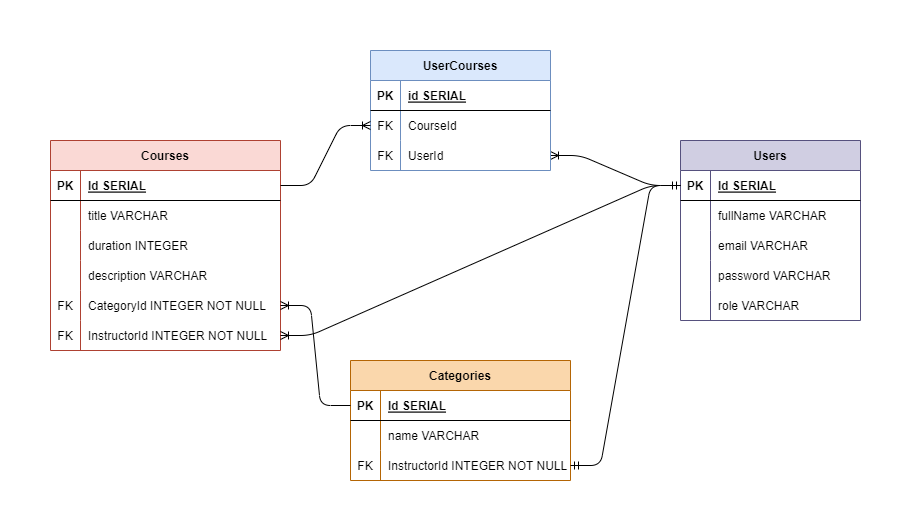
Before: erd.png, a diagram exported from draw.io (fadhildaffa/zenqu-tech). Source tidied: cells renumbered, new cells last; positions are measured from the earlier drawing's top-left corner, leaving out a move shared by most shapes. The source it was exported from:
```xml
<mxGraphModel background="#ffffff">
  <root>
    <mxCell id="0" />
    <mxCell id="1" parent="0" />
    <mxCell id="2" value="Courses" style="shape=table;startSize=30;rowLines=0;fontStyle=1;align=center;fillColor=#fad9d5;strokeColor=#ae4132;" parent="1" vertex="1">
      <mxGeometry y="90" width="230" height="210" as="geometry" />
    </mxCell>
    <mxCell id="3" style="shape=tableRow;horizontal=0;startSize=0;swimlaneHead=0;swimlaneBody=0;fillColor=none;points=[[0,0.5],[1,0.5]];portConstraint=eastwest;top=0;left=0;right=0;bottom=1;" parent="2" vertex="1">
      <mxGeometry y="30" width="230" height="30" as="geometry" />
    </mxCell>
    <mxCell id="4" value="PK" style="shape=partialRectangle;fillColor=none;top=0;left=0;bottom=0;right=0;fontStyle=1;overflow=hidden;" parent="3" vertex="1">
      <mxGeometry width="30" height="30" as="geometry" />
    </mxCell>
    <mxCell id="5" value="Id SERIAL" style="shape=partialRectangle;fillColor=none;top=0;left=0;bottom=0;right=0;align=left;spacingLeft=6;fontStyle=5;overflow=hidden;" parent="3" vertex="1">
      <mxGeometry x="30" width="200" height="30" as="geometry" />
    </mxCell>
    <mxCell id="6" style="shape=tableRow;horizontal=0;startSize=0;swimlaneHead=0;swimlaneBody=0;fillColor=none;top=0;left=0;right=0;bottom=0;" parent="2" vertex="1">
      <mxGeometry y="60" width="230" height="30" as="geometry" />
    </mxCell>
    <mxCell id="7" style="shape=partialRectangle;fillColor=none;top=0;left=0;bottom=0;right=0;overflow=hidden;" parent="6" vertex="1">
      <mxGeometry width="30" height="30" as="geometry" />
    </mxCell>
    <mxCell id="8" value="title VARCHAR" style="shape=partialRectangle;fillColor=none;top=0;left=0;bottom=0;right=0;align=left;spacingLeft=6;overflow=hidden;" parent="6" vertex="1">
      <mxGeometry x="30" width="200" height="30" as="geometry" />
    </mxCell>
    <mxCell id="9" style="shape=tableRow;horizontal=0;startSize=0;swimlaneHead=0;swimlaneBody=0;fillColor=none;top=0;left=0;right=0;bottom=0;" parent="2" vertex="1">
      <mxGeometry y="90" width="230" height="30" as="geometry" />
    </mxCell>
    <mxCell id="10" style="shape=partialRectangle;fillColor=none;top=0;left=0;bottom=0;right=0;overflow=hidden;" parent="9" vertex="1">
      <mxGeometry width="30" height="30" as="geometry" />
    </mxCell>
    <mxCell id="11" value="duration INTEGER" style="shape=partialRectangle;fillColor=none;top=0;left=0;bottom=0;right=0;align=left;spacingLeft=6;overflow=hidden;" parent="9" vertex="1">
      <mxGeometry x="30" width="200" height="30" as="geometry" />
    </mxCell>
    <mxCell id="12" style="shape=tableRow;horizontal=0;startSize=0;swimlaneHead=0;swimlaneBody=0;fillColor=none;top=0;left=0;right=0;bottom=0;" parent="2" vertex="1">
      <mxGeometry y="120" width="230" height="30" as="geometry" />
    </mxCell>
    <mxCell id="13" style="shape=partialRectangle;fillColor=none;top=0;left=0;bottom=0;right=0;overflow=hidden;" parent="12" vertex="1">
      <mxGeometry width="30" height="30" as="geometry" />
    </mxCell>
    <mxCell id="14" value="description VARCHAR" style="shape=partialRectangle;fillColor=none;top=0;left=0;bottom=0;right=0;align=left;spacingLeft=6;overflow=hidden;" parent="12" vertex="1">
      <mxGeometry x="30" width="200" height="30" as="geometry" />
    </mxCell>
    <mxCell id="15" style="shape=tableRow;horizontal=0;startSize=0;swimlaneHead=0;swimlaneBody=0;fillColor=none;points=[[0,0.5],[1,0.5]];portConstraint=eastwest;top=0;left=0;right=0;bottom=0;" parent="2" vertex="1">
      <mxGeometry y="150" width="230" height="30" as="geometry" />
    </mxCell>
    <mxCell id="16" value="FK" style="shape=partialRectangle;fillColor=none;top=0;left=0;bottom=0;right=0;overflow=hidden;" parent="15" vertex="1">
      <mxGeometry width="30" height="30" as="geometry" />
    </mxCell>
    <mxCell id="17" value="CategoryId INTEGER NOT NULL" style="shape=partialRectangle;fillColor=none;top=0;left=0;bottom=0;right=0;align=left;spacingLeft=6;overflow=hidden;" parent="15" vertex="1">
      <mxGeometry x="30" width="200" height="30" as="geometry" />
    </mxCell>
    <mxCell id="18" style="shape=tableRow;horizontal=0;startSize=0;swimlaneHead=0;swimlaneBody=0;fillColor=none;points=[[0,0.5],[1,0.5]];portConstraint=eastwest;top=0;left=0;right=0;bottom=0;" parent="2" vertex="1">
      <mxGeometry y="180" width="230" height="30" as="geometry" />
    </mxCell>
    <mxCell id="19" value="FK" style="shape=partialRectangle;fillColor=none;top=0;left=0;bottom=0;right=0;overflow=hidden;" parent="18" vertex="1">
      <mxGeometry width="30" height="30" as="geometry" />
    </mxCell>
    <mxCell id="20" value="InstructorId INTEGER NOT NULL" style="shape=partialRectangle;fillColor=none;top=0;left=0;bottom=0;right=0;align=left;spacingLeft=6;overflow=hidden;" parent="18" vertex="1">
      <mxGeometry x="30" width="200" height="30" as="geometry" />
    </mxCell>
    <mxCell id="21" value="Categories" style="shape=table;startSize=30;rowLines=0;fontStyle=1;align=center;fillColor=#fad7ac;strokeColor=#b46504;" parent="1" vertex="1">
      <mxGeometry x="300" y="310" width="220" height="120" as="geometry" />
    </mxCell>
    <mxCell id="22" style="shape=tableRow;horizontal=0;startSize=0;swimlaneHead=0;swimlaneBody=0;fillColor=none;points=[[0,0.5],[1,0.5]];portConstraint=eastwest;top=0;left=0;right=0;bottom=1;" parent="21" vertex="1">
      <mxGeometry y="30" width="220" height="30" as="geometry" />
    </mxCell>
    <mxCell id="23" value="PK" style="shape=partialRectangle;fillColor=none;top=0;left=0;bottom=0;right=0;fontStyle=1;overflow=hidden;" parent="22" vertex="1">
      <mxGeometry width="30" height="30" as="geometry" />
    </mxCell>
    <mxCell id="24" value="Id SERIAL" style="shape=partialRectangle;fillColor=none;top=0;left=0;bottom=0;right=0;align=left;spacingLeft=6;fontStyle=5;overflow=hidden;" parent="22" vertex="1">
      <mxGeometry x="30" width="190" height="30" as="geometry" />
    </mxCell>
    <mxCell id="25" style="shape=tableRow;horizontal=0;startSize=0;swimlaneHead=0;swimlaneBody=0;fillColor=none;top=0;left=0;right=0;bottom=0;" parent="21" vertex="1">
      <mxGeometry y="60" width="220" height="30" as="geometry" />
    </mxCell>
    <mxCell id="26" style="shape=partialRectangle;fillColor=none;top=0;left=0;bottom=0;right=0;overflow=hidden;" parent="25" vertex="1">
      <mxGeometry width="30" height="30" as="geometry" />
    </mxCell>
    <mxCell id="27" value="name VARCHAR" style="shape=partialRectangle;fillColor=none;top=0;left=0;bottom=0;right=0;align=left;spacingLeft=6;overflow=hidden;" parent="25" vertex="1">
      <mxGeometry x="30" width="190" height="30" as="geometry" />
    </mxCell>
    <mxCell id="28" style="shape=tableRow;horizontal=0;startSize=0;swimlaneHead=0;swimlaneBody=0;fillColor=none;points=[[0,0.5],[1,0.5]];portConstraint=eastwest;top=0;left=0;right=0;bottom=0;" parent="21" vertex="1">
      <mxGeometry y="90" width="220" height="30" as="geometry" />
    </mxCell>
    <mxCell id="29" value="FK" style="shape=partialRectangle;fillColor=none;top=0;left=0;bottom=0;right=0;overflow=hidden;" parent="28" vertex="1">
      <mxGeometry width="30" height="30" as="geometry" />
    </mxCell>
    <mxCell id="30" value="InstructorId INTEGER NOT NULL" style="shape=partialRectangle;fillColor=none;top=0;left=0;bottom=0;right=0;align=left;spacingLeft=6;overflow=hidden;" parent="28" vertex="1">
      <mxGeometry x="30" width="190" height="30" as="geometry" />
    </mxCell>
    <mxCell id="31" value="Users" style="shape=table;startSize=30;rowLines=0;fontStyle=1;align=center;labelBackgroundColor=none;fillColor=#d0cee2;strokeColor=#56517e;" parent="1" vertex="1">
      <mxGeometry x="630" y="90" width="180" height="180" as="geometry" />
    </mxCell>
    <mxCell id="32" style="shape=tableRow;horizontal=0;startSize=0;swimlaneHead=0;swimlaneBody=0;fillColor=none;points=[[0,0.5],[1,0.5]];portConstraint=eastwest;top=0;left=0;right=0;bottom=1;" parent="31" vertex="1">
      <mxGeometry y="30" width="180" height="30" as="geometry" />
    </mxCell>
    <mxCell id="33" value="PK" style="shape=partialRectangle;fillColor=none;top=0;left=0;bottom=0;right=0;fontStyle=1;overflow=hidden;" parent="32" vertex="1">
      <mxGeometry width="30" height="30" as="geometry" />
    </mxCell>
    <mxCell id="34" value="Id SERIAL" style="shape=partialRectangle;fillColor=none;top=0;left=0;bottom=0;right=0;align=left;spacingLeft=6;fontStyle=5;overflow=hidden;" parent="32" vertex="1">
      <mxGeometry x="30" width="150" height="30" as="geometry" />
    </mxCell>
    <mxCell id="35" style="shape=tableRow;horizontal=0;startSize=0;swimlaneHead=0;swimlaneBody=0;fillColor=none;top=0;left=0;right=0;bottom=0;" parent="31" vertex="1">
      <mxGeometry y="60" width="180" height="30" as="geometry" />
    </mxCell>
    <mxCell id="36" style="shape=partialRectangle;fillColor=none;top=0;left=0;bottom=0;right=0;overflow=hidden;" parent="35" vertex="1">
      <mxGeometry width="30" height="30" as="geometry" />
    </mxCell>
    <mxCell id="37" value="fullName VARCHAR" style="shape=partialRectangle;fillColor=none;top=0;left=0;bottom=0;right=0;align=left;spacingLeft=6;overflow=hidden;" parent="35" vertex="1">
      <mxGeometry x="30" width="150" height="30" as="geometry" />
    </mxCell>
    <mxCell id="38" style="shape=tableRow;horizontal=0;startSize=0;swimlaneHead=0;swimlaneBody=0;fillColor=none;top=0;left=0;right=0;bottom=0;" parent="31" vertex="1">
      <mxGeometry y="90" width="180" height="30" as="geometry" />
    </mxCell>
    <mxCell id="39" style="shape=partialRectangle;fillColor=none;top=0;left=0;bottom=0;right=0;overflow=hidden;" parent="38" vertex="1">
      <mxGeometry width="30" height="30" as="geometry" />
    </mxCell>
    <mxCell id="40" value="email VARCHAR" style="shape=partialRectangle;fillColor=none;top=0;left=0;bottom=0;right=0;align=left;spacingLeft=6;overflow=hidden;" parent="38" vertex="1">
      <mxGeometry x="30" width="150" height="30" as="geometry" />
    </mxCell>
    <mxCell id="41" style="shape=tableRow;horizontal=0;startSize=0;swimlaneHead=0;swimlaneBody=0;fillColor=none;top=0;left=0;right=0;bottom=0;" parent="31" vertex="1">
      <mxGeometry y="120" width="180" height="30" as="geometry" />
    </mxCell>
    <mxCell id="42" style="shape=partialRectangle;fillColor=none;top=0;left=0;bottom=0;right=0;overflow=hidden;" parent="41" vertex="1">
      <mxGeometry width="30" height="30" as="geometry" />
    </mxCell>
    <mxCell id="43" value="password VARCHAR" style="shape=partialRectangle;fillColor=none;top=0;left=0;bottom=0;right=0;align=left;spacingLeft=6;overflow=hidden;" parent="41" vertex="1">
      <mxGeometry x="30" width="150" height="30" as="geometry" />
    </mxCell>
    <mxCell id="44" style="shape=tableRow;horizontal=0;startSize=0;swimlaneHead=0;swimlaneBody=0;fillColor=none;top=0;left=0;right=0;bottom=0;" parent="31" vertex="1">
      <mxGeometry y="150" width="180" height="30" as="geometry" />
    </mxCell>
    <mxCell id="45" style="shape=partialRectangle;fillColor=none;top=0;left=0;bottom=0;right=0;overflow=hidden;" parent="44" vertex="1">
      <mxGeometry width="30" height="30" as="geometry" />
    </mxCell>
    <mxCell id="46" value="role VARCHAR" style="shape=partialRectangle;fillColor=none;top=0;left=0;bottom=0;right=0;align=left;spacingLeft=6;overflow=hidden;" parent="44" vertex="1">
      <mxGeometry x="30" width="150" height="30" as="geometry" />
    </mxCell>
    <mxCell id="47" style="edgeStyle=entityRelationEdgeStyle;fontSize=12;html=1;endArrow=ERoneToMany;startArrow=none;exitX=0;exitY=0.5;exitDx=0;exitDy=0;startFill=0;entryX=1;entryY=0.5;entryDx=0;entryDy=0;" parent="1" edge="1" source="22" target="15">
      <mxGeometry relative="1" as="geometry" />
    </mxCell>
    <mxCell id="48" style="edgeStyle=entityRelationEdgeStyle;fontSize=12;html=1;endArrow=ERmandOne;startArrow=ERmandOne;endFill=0;entryX=0;entryY=0.5;entryDx=0;entryDy=0;" parent="1" edge="1" source="28" target="32">
      <mxGeometry relative="1" as="geometry" />
    </mxCell>
    <mxCell id="49" style="edgeStyle=entityRelationEdgeStyle;fontSize=12;html=1;endArrow=ERoneToMany;entryX=1;entryY=0.5;entryDx=0;entryDy=0;exitX=0;exitY=0.5;exitDx=0;exitDy=0;" parent="1" edge="1" source="32" target="57">
      <mxGeometry relative="1" as="geometry" />
    </mxCell>
    <mxCell id="50" value="UserCourses" style="shape=table;startSize=30;rowLines=0;fontStyle=1;align=center;fillColor=#dae8fc;strokeColor=#6c8ebf;" parent="1" vertex="1">
      <mxGeometry x="320" width="180" height="120" as="geometry" />
    </mxCell>
    <mxCell id="51" style="shape=tableRow;horizontal=0;startSize=0;swimlaneHead=0;swimlaneBody=0;fillColor=none;top=0;left=0;right=0;bottom=1;" parent="50" vertex="1">
      <mxGeometry y="30" width="180" height="30" as="geometry" />
    </mxCell>
    <mxCell id="52" value="PK" style="shape=partialRectangle;fillColor=none;top=0;left=0;bottom=0;right=0;fontStyle=1;overflow=hidden;" parent="51" vertex="1">
      <mxGeometry width="30" height="30" as="geometry" />
    </mxCell>
    <mxCell id="53" value="id SERIAL" style="shape=partialRectangle;fillColor=none;top=0;left=0;bottom=0;right=0;align=left;spacingLeft=6;fontStyle=5;overflow=hidden;" parent="51" vertex="1">
      <mxGeometry x="30" width="150" height="30" as="geometry" />
    </mxCell>
    <mxCell id="54" style="shape=tableRow;horizontal=0;startSize=0;swimlaneHead=0;swimlaneBody=0;fillColor=none;points=[[0,0.5],[1,0.5]];portConstraint=eastwest;top=0;left=0;right=0;bottom=0;" parent="50" vertex="1">
      <mxGeometry y="60" width="180" height="30" as="geometry" />
    </mxCell>
    <mxCell id="55" value="FK" style="shape=partialRectangle;fillColor=none;top=0;left=0;bottom=0;right=0;overflow=hidden;" parent="54" vertex="1">
      <mxGeometry width="30" height="30" as="geometry" />
    </mxCell>
    <mxCell id="56" value="CourseId" style="shape=partialRectangle;fillColor=none;top=0;left=0;bottom=0;right=0;align=left;spacingLeft=6;overflow=hidden;" parent="54" vertex="1">
      <mxGeometry x="30" width="150" height="30" as="geometry" />
    </mxCell>
    <mxCell id="57" style="shape=tableRow;horizontal=0;startSize=0;swimlaneHead=0;swimlaneBody=0;fillColor=none;points=[[0,0.5],[1,0.5]];portConstraint=eastwest;top=0;left=0;right=0;bottom=0;" parent="50" vertex="1">
      <mxGeometry y="90" width="180" height="30" as="geometry" />
    </mxCell>
    <mxCell id="58" value="FK" style="shape=partialRectangle;fillColor=none;top=0;left=0;bottom=0;right=0;overflow=hidden;" parent="57" vertex="1">
      <mxGeometry width="30" height="30" as="geometry" />
    </mxCell>
    <mxCell id="59" value="UserId" style="shape=partialRectangle;fillColor=none;top=0;left=0;bottom=0;right=0;align=left;spacingLeft=6;overflow=hidden;" parent="57" vertex="1">
      <mxGeometry x="30" width="150" height="30" as="geometry" />
    </mxCell>
    <mxCell id="60" style="edgeStyle=entityRelationEdgeStyle;fontSize=12;html=1;endArrow=ERoneToMany;exitX=1;exitY=0.5;exitDx=0;exitDy=0;entryX=0;entryY=0.5;entryDx=0;entryDy=0;" parent="1" edge="1" source="3" target="54">
      <mxGeometry relative="1" as="geometry" />
    </mxCell>
    <mxCell id="61" style="edgeStyle=entityRelationEdgeStyle;fontSize=12;html=1;endArrow=ERoneToMany;entryX=1;entryY=0.5;entryDx=0;entryDy=0;exitX=0;exitY=0.5;exitDx=0;exitDy=0;" parent="1" edge="1" source="32" target="18">
      <mxGeometry relative="1" as="geometry" />
    </mxCell>
  </root>
</mxGraphModel>
```
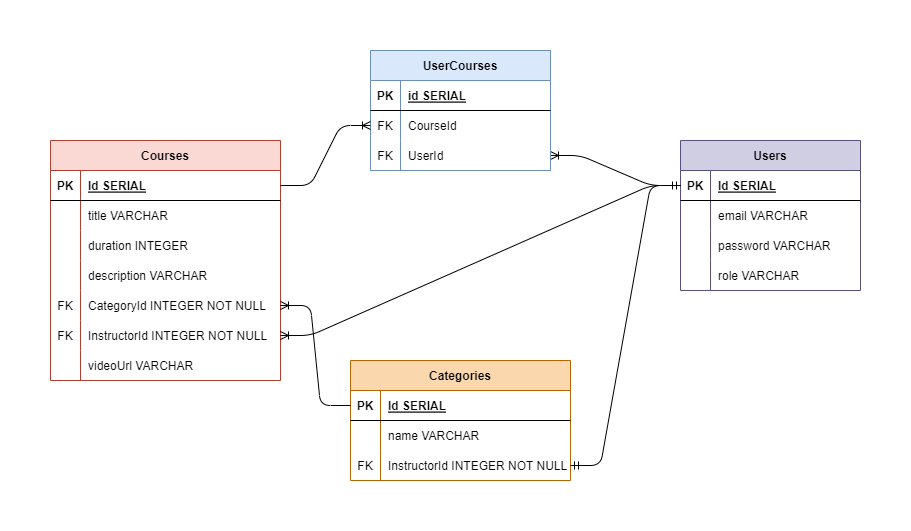
Later version of the same file.

Diff of the diagram source:
```diff
@@ -3,7 +3,7 @@
     <mxCell id="0" />
     <mxCell id="1" parent="0" />
     <mxCell id="2" value="Courses" style="shape=table;startSize=30;rowLines=0;fontStyle=1;align=center;fillColor=#fad9d5;strokeColor=#ae4132;" parent="1" vertex="1">
-      <mxGeometry y="90" width="230" height="210" as="geometry" />
+      <mxGeometry y="90" width="230" height="240" as="geometry" />
     </mxCell>
     <mxCell id="3" style="shape=tableRow;horizontal=0;startSize=0;swimlaneHead=0;swimlaneBody=0;fillColor=none;points=[[0,0.5],[1,0.5]];portConstraint=eastwest;top=0;left=0;right=0;bottom=1;" parent="2" vertex="1">
       <mxGeometry y="30" width="230" height="30" as="geometry" />
@@ -59,6 +59,15 @@
     <mxCell id="20" value="InstructorId INTEGER NOT NULL" style="shape=partialRectangle;fillColor=none;top=0;left=0;bottom=0;right=0;align=left;spacingLeft=6;overflow=hidden;" parent="18" vertex="1">
       <mxGeometry x="30" width="200" height="30" as="geometry" />
     </mxCell>
+    <mxCell id="62" style="shape=tableRow;horizontal=0;startSize=0;swimlaneHead=0;swimlaneBody=0;fillColor=none;top=0;left=0;right=0;bottom=0;" parent="2" vertex="1">
+      <mxGeometry y="210" width="230" height="30" as="geometry" />
+    </mxCell>
+    <mxCell id="36" style="shape=partialRectangle;fillColor=none;top=0;left=0;bottom=0;right=0;overflow=hidden;" parent="62" vertex="1">
+      <mxGeometry width="30" height="30" as="geometry" />
+    </mxCell>
+    <mxCell id="63" value="videoUrl VARCHAR" style="shape=partialRectangle;fillColor=none;top=0;left=0;bottom=0;right=0;align=left;spacingLeft=6;overflow=hidden;" parent="62" vertex="1">
+      <mxGeometry x="30" width="200" height="30" as="geometry" />
+    </mxCell>
     <mxCell id="21" value="Categories" style="shape=table;startSize=30;rowLines=0;fontStyle=1;align=center;fillColor=#fad7ac;strokeColor=#b46504;" parent="1" vertex="1">
       <mxGeometry x="300" y="310" width="220" height="120" as="geometry" />
     </mxCell>
@@ -90,7 +99,7 @@
       <mxGeometry x="30" width="190" height="30" as="geometry" />
     </mxCell>
     <mxCell id="31" value="Users" style="shape=table;startSize=30;rowLines=0;fontStyle=1;align=center;labelBackgroundColor=none;fillColor=#d0cee2;strokeColor=#56517e;" parent="1" vertex="1">
-      <mxGeometry x="630" y="90" width="180" height="180" as="geometry" />
+      <mxGeometry x="630" y="90" width="180" height="150" as="geometry" />
     </mxCell>
     <mxCell id="32" style="shape=tableRow;horizontal=0;startSize=0;swimlaneHead=0;swimlaneBody=0;fillColor=none;points=[[0,0.5],[1,0.5]];portConstraint=eastwest;top=0;left=0;right=0;bottom=1;" parent="31" vertex="1">
       <mxGeometry y="30" width="180" height="30" as="geometry" />
@@ -101,17 +110,8 @@
     <mxCell id="34" value="Id SERIAL" style="shape=partialRectangle;fillColor=none;top=0;left=0;bottom=0;right=0;align=left;spacingLeft=6;fontStyle=5;overflow=hidden;" parent="32" vertex="1">
       <mxGeometry x="30" width="150" height="30" as="geometry" />
     </mxCell>
-    <mxCell id="35" style="shape=tableRow;horizontal=0;startSize=0;swimlaneHead=0;swimlaneBody=0;fillColor=none;top=0;left=0;right=0;bottom=0;" parent="31" vertex="1">
-      <mxGeometry y="60" width="180" height="30" as="geometry" />
-    </mxCell>
-    <mxCell id="36" style="shape=partialRectangle;fillColor=none;top=0;left=0;bottom=0;right=0;overflow=hidden;" parent="35" vertex="1">
-      <mxGeometry width="30" height="30" as="geometry" />
-    </mxCell>
-    <mxCell id="37" value="fullName VARCHAR" style="shape=partialRectangle;fillColor=none;top=0;left=0;bottom=0;right=0;align=left;spacingLeft=6;overflow=hidden;" parent="35" vertex="1">
-      <mxGeometry x="30" width="150" height="30" as="geometry" />
-    </mxCell>
     <mxCell id="38" style="shape=tableRow;horizontal=0;startSize=0;swimlaneHead=0;swimlaneBody=0;fillColor=none;top=0;left=0;right=0;bottom=0;" parent="31" vertex="1">
-      <mxGeometry y="90" width="180" height="30" as="geometry" />
+      <mxGeometry y="60" width="180" height="30" as="geometry" />
     </mxCell>
     <mxCell id="39" style="shape=partialRectangle;fillColor=none;top=0;left=0;bottom=0;right=0;overflow=hidden;" parent="38" vertex="1">
       <mxGeometry width="30" height="30" as="geometry" />
@@ -120,7 +120,7 @@
       <mxGeometry x="30" width="150" height="30" as="geometry" />
     </mxCell>
     <mxCell id="41" style="shape=tableRow;horizontal=0;startSize=0;swimlaneHead=0;swimlaneBody=0;fillColor=none;top=0;left=0;right=0;bottom=0;" parent="31" vertex="1">
-      <mxGeometry y="120" width="180" height="30" as="geometry" />
+      <mxGeometry y="90" width="180" height="30" as="geometry" />
     </mxCell>
     <mxCell id="42" style="shape=partialRectangle;fillColor=none;top=0;left=0;bottom=0;right=0;overflow=hidden;" parent="41" vertex="1">
       <mxGeometry width="30" height="30" as="geometry" />
@@ -129,7 +129,7 @@
       <mxGeometry x="30" width="150" height="30" as="geometry" />
     </mxCell>
     <mxCell id="44" style="shape=tableRow;horizontal=0;startSize=0;swimlaneHead=0;swimlaneBody=0;fillColor=none;top=0;left=0;right=0;bottom=0;" parent="31" vertex="1">
-      <mxGeometry y="150" width="180" height="30" as="geometry" />
+      <mxGeometry y="120" width="180" height="30" as="geometry" />
     </mxCell>
     <mxCell id="45" style="shape=partialRectangle;fillColor=none;top=0;left=0;bottom=0;right=0;overflow=hidden;" parent="44" vertex="1">
       <mxGeometry width="30" height="30" as="geometry" />
```
